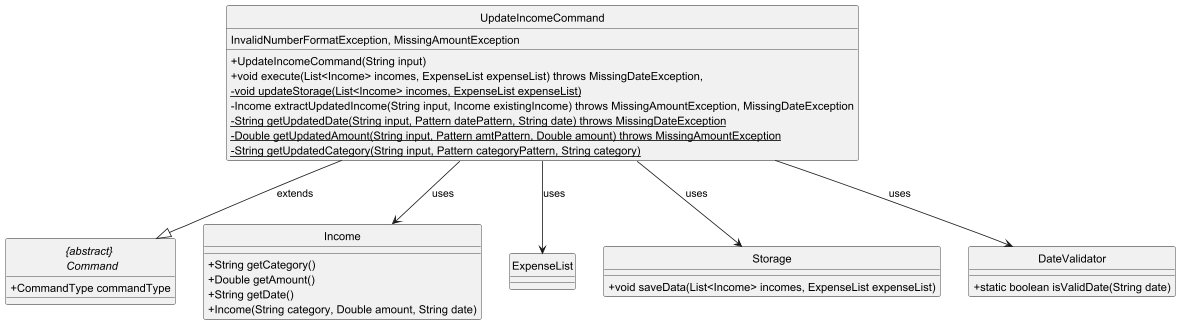
The PlantUML diagram docs/diagrams/UpdateIncomeCommandClass.png in thienkimtranhoang/tp, before a commit.
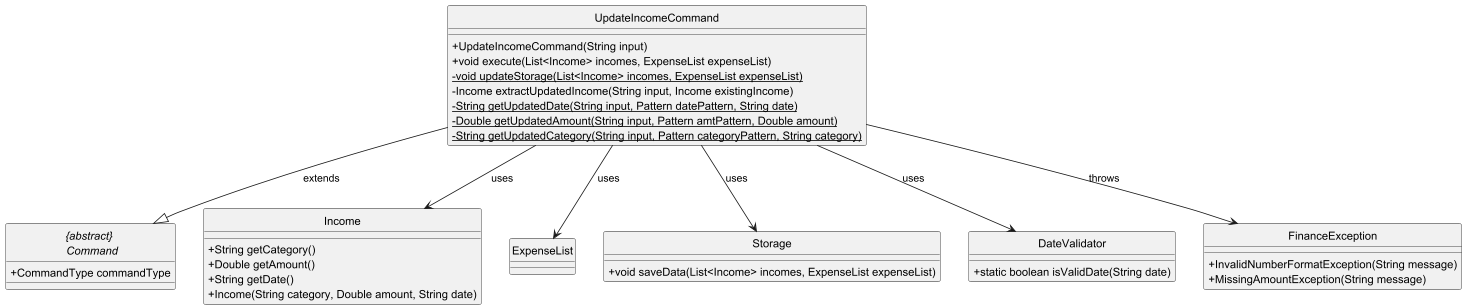
The same file after the commit.

Commit message:
update plantUML to include less details on exceptions in class diagrams

The edit, as a diff of the source:
```diff
@@ -7,12 +7,11 @@
         class UpdateIncomeCommand {
 
             + UpdateIncomeCommand(String input)
-            + void execute(List<Income> incomes, ExpenseList expenseList) throws MissingDateException,
-             InvalidNumberFormatException, MissingAmountException
+            + void execute(List<Income> incomes, ExpenseList expenseList)
             - {static} void updateStorage(List<Income> incomes, ExpenseList expenseList)
-            - Income extractUpdatedIncome(String input, Income existingIncome) throws MissingAmountException, MissingDateException
-            - {static} String getUpdatedDate(String input, Pattern datePattern, String date) throws MissingDateException
-            - {static} Double getUpdatedAmount(String input, Pattern amtPattern, Double amount) throws MissingAmountException
+            - Income extractUpdatedIncome(String input, Income existingIncome)
+            - {static} String getUpdatedDate(String input, Pattern datePattern, String date)
+            - {static} Double getUpdatedAmount(String input, Pattern amtPattern, Double amount)
             - {static} String getUpdatedCategory(String input, Pattern categoryPattern, String category)
         }
         abstract class "{abstract} \n Command" {
@@ -39,11 +38,17 @@
         + static boolean isValidDate(String date)
     }
 
+    class FinanceException {
+        + InvalidNumberFormatException(String message)
+        + MissingAmountException(String message)
+    }
+
 
 UpdateIncomeCommand --|> "{abstract} \n Command" : extends
 UpdateIncomeCommand --> Income : uses
 UpdateIncomeCommand --> ExpenseList : uses
 UpdateIncomeCommand --> Storage : uses
 UpdateIncomeCommand --> DateValidator : uses
+UpdateIncomeCommand --> FinanceException: throws
 
 @enduml
```
